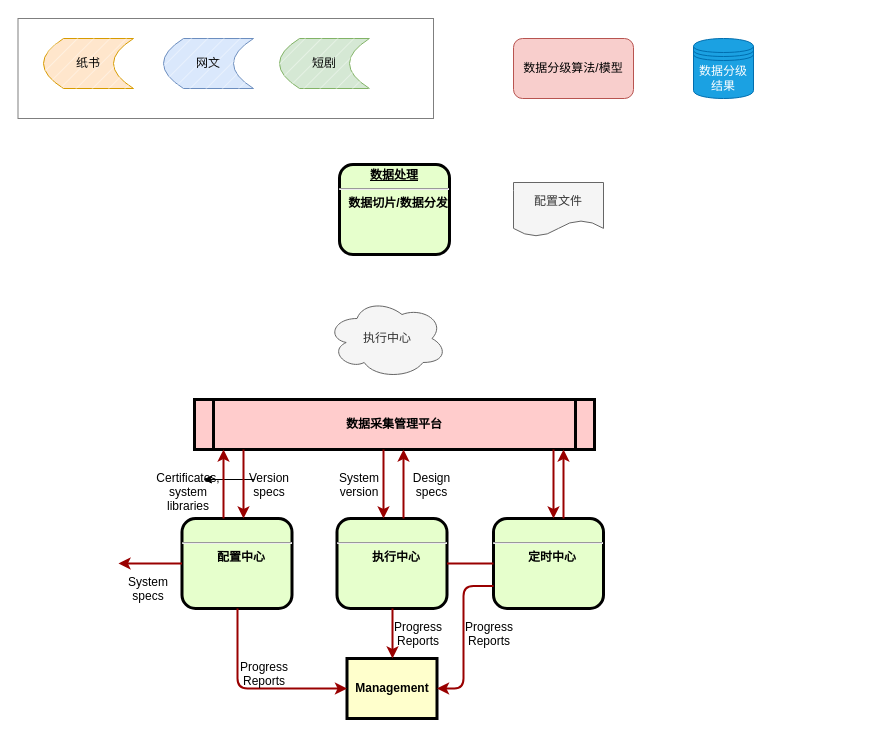
Before: 数据采集方案2.drawio in Luoxun1989/work-graph, a draw.io diagram. Source tidied: cells renumbered, new cells numbered last; positions are measured from the earlier drawing's top-left corner, leaving out a move shared by most shapes. Both pictures are drawn from the tidied source at 100%, with x=0, y=0 at pixel (17, 18).
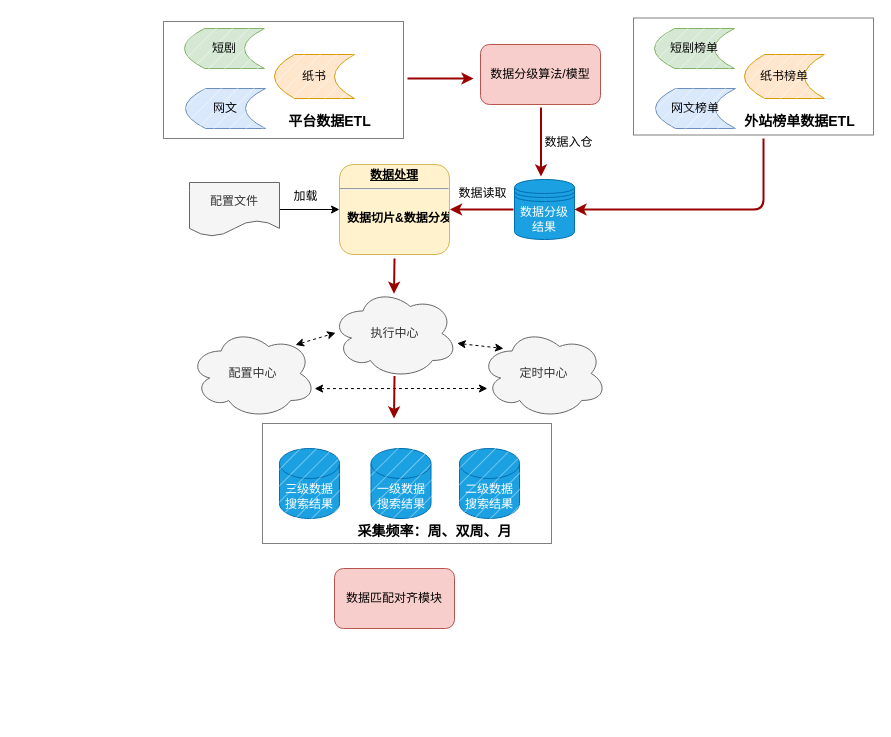
Above is the later version.

Commit message:
更新数据采集方案2.drawio

Change to the diagram source:
```diff
@@
-    <mxCell id="2" value="数据采集管理平台" style="shape=process;whiteSpace=wrap;align=center;verticalAlign=middle;size=0.0475;fontStyle=1;strokeWidth=3;fillColor=#FFCCCC;" parent="1" vertex="1">
-      <mxGeometry x="177" y="381" width="400" height="50" as="geometry" />
-    </mxCell>
-    <mxCell id="3" value="&lt;p style=&quot;margin: 0px; margin-top: 4px; text-align: center; text-decoration: underline;&quot;&gt;&lt;strong&gt;数据处理&lt;br&gt;&lt;/strong&gt;&lt;/p&gt;&lt;hr&gt;&lt;p style=&quot;margin: 0px; margin-left: 8px;&quot;&gt;数据切片/数据分发&lt;/p&gt;" style="verticalAlign=middle;align=center;overflow=fill;fontSize=12;fontFamily=Helvetica;html=1;rounded=1;fontStyle=1;strokeWidth=3;fillColor=#E6FFCC;" parent="1" vertex="1">
+    <mxCell id="3" value="&lt;p style=&quot;margin: 0px; margin-top: 4px; text-align: center; text-decoration: underline;&quot;&gt;&lt;strong&gt;数据处理&lt;br&gt;&lt;/strong&gt;&lt;/p&gt;&lt;hr&gt;&lt;p style=&quot;margin: 0px; margin-left: 8px;&quot;&gt;&lt;br&gt;&lt;/p&gt;&lt;p style=&quot;margin: 0px; margin-left: 8px;&quot;&gt;数据切片&amp;amp;数据分发&lt;/p&gt;" style="verticalAlign=middle;align=center;overflow=fill;fontSize=12;fontFamily=Helvetica;html=1;rounded=1;fontStyle=1;strokeWidth=1;fillColor=#fff2cc;strokeColor=#d6b656;" parent="1" vertex="1">
       <mxGeometry x="322" y="146" width="110" height="90" as="geometry" />
     </mxCell>
-    <mxCell id="4" value="&lt;p style=&quot;margin: 0px; margin-top: 4px; text-align: center; text-decoration: underline;&quot;&gt;&lt;strong&gt;&lt;br&gt;&lt;/strong&gt;&lt;/p&gt;&lt;hr&gt;&lt;p style=&quot;margin: 0px; margin-left: 8px;&quot;&gt;定时中心&lt;/p&gt;" style="verticalAlign=middle;align=center;overflow=fill;fontSize=12;fontFamily=Helvetica;html=1;rounded=1;fontStyle=1;strokeWidth=3;fillColor=#E6FFCC;" parent="1" vertex="1">
-      <mxGeometry x="476" y="500" width="110" height="90" as="geometry" />
-    </mxCell>
-    <mxCell id="5" value="&lt;p style=&quot;margin: 0px; margin-top: 4px; text-align: center; text-decoration: underline;&quot;&gt;&lt;strong&gt;&lt;br&gt;&lt;/strong&gt;&lt;/p&gt;&lt;hr&gt;&lt;p style=&quot;margin: 0px; margin-left: 8px;&quot;&gt;配置中心&lt;/p&gt;" style="verticalAlign=middle;align=center;overflow=fill;fontSize=12;fontFamily=Helvetica;html=1;rounded=1;fontStyle=1;strokeWidth=3;fillColor=#E6FFCC;" parent="1" vertex="1">
-      <mxGeometry x="164.5" y="500" width="110" height="90" as="geometry" />
-    </mxCell>
-    <mxCell id="6" value="Management" style="whiteSpace=wrap;align=center;verticalAlign=middle;fontStyle=1;strokeWidth=3;fillColor=#FFFFCC;" parent="1" vertex="1">
-      <mxGeometry x="329.5" y="640" width="90" height="60" as="geometry" />
-    </mxCell>
-    <mxCell id="7" value="&lt;p style=&quot;margin: 0px; margin-top: 4px; text-align: center; text-decoration: underline;&quot;&gt;&lt;strong&gt;&lt;br&gt;&lt;/strong&gt;&lt;/p&gt;&lt;hr&gt;&lt;p style=&quot;margin: 0px; margin-left: 8px;&quot;&gt;执行中心&lt;/p&gt;" style="verticalAlign=middle;align=center;overflow=fill;fontSize=12;fontFamily=Helvetica;html=1;rounded=1;fontStyle=1;strokeWidth=3;fillColor=#E6FFCC;" parent="1" vertex="1">
-      <mxGeometry x="319.5" y="500" width="110" height="90" as="geometry" />
-    </mxCell>
-    <mxCell id="8" style="endArrow=none;noEdgeStyle=1;strokeColor=#990000;strokeWidth=2;" parent="1" edge="1" source="4" target="7">
-      <mxGeometry relative="1" as="geometry" />
-    </mxCell>
-    <mxCell id="9" style="edgeStyle=elbowEdgeStyle;elbow=horizontal;strokeColor=#990000;strokeWidth=2;" parent="1" edge="1" source="4" target="2">
-      <mxGeometry relative="1" as="geometry">
-        <Array as="points">
-          <mxPoint x="546" y="460" />
-        </Array>
-      </mxGeometry>
-    </mxCell>
-    <mxCell id="10" style="edgeStyle=elbowEdgeStyle;elbow=horizontal;strokeColor=#990000;strokeWidth=2;" parent="1" edge="1" source="2" target="4">
-      <mxGeometry relative="1" as="geometry">
-        <Array as="points">
-          <mxPoint x="536" y="470" />
-        </Array>
-      </mxGeometry>
-    </mxCell>
-    <mxCell id="11" style="edgeStyle=elbowEdgeStyle;elbow=horizontal;exitX=0;exitY=0.75;strokeColor=#990000;strokeWidth=2;" parent="1" edge="1" source="4" target="6">
-      <mxGeometry relative="1" as="geometry">
-        <Array as="points">
-          <mxPoint x="446" y="620" />
-        </Array>
-      </mxGeometry>
-    </mxCell>
-    <mxCell id="12" value="Progress&#10;Reports" style="text;spacingTop=-5;align=center;" parent="1" vertex="1">
-      <mxGeometry x="457" y="600" width="30" height="20" as="geometry" />
-    </mxCell>
-    <mxCell id="13" style="edgeStyle=elbowEdgeStyle;elbow=horizontal;strokeColor=#990000;strokeWidth=2;" parent="1" edge="1" source="7" target="6">
-      <mxGeometry relative="1" as="geometry" />
-    </mxCell>
-    <mxCell id="14" value="Progress&#10;Reports" style="text;spacingTop=-5;align=center;" parent="1" vertex="1">
-      <mxGeometry x="386" y="600" width="30" height="20" as="geometry" />
-    </mxCell>
-    <mxCell id="15" style="edgeStyle=elbowEdgeStyle;elbow=horizontal;strokeColor=#990000;strokeWidth=2;" parent="1" edge="1" source="5" target="6">
+    <mxCell id="15" style="edgeStyle=elbowEdgeStyle;elbow=horizontal;strokeColor=#990000;strokeWidth=2;exitX=1;exitY=0.5;exitDx=0;exitDy=0;" parent="1" edge="1">
       <mxGeometry relative="1" as="geometry">
-        <Array as="points">
-          <mxPoint x="220" y="620" />
-        </Array>
+        <mxPoint x="390" y="60" as="sourcePoint" />
+        <mxPoint x="456" y="60" as="targetPoint" />
       </mxGeometry>
     </mxCell>
-    <mxCell id="16" value="Progress&#10;Reports" style="text;spacingTop=-5;align=center;" parent="1" vertex="1">
-      <mxGeometry x="232" y="640" width="30" height="20" as="geometry" />
-    </mxCell>
-    <mxCell id="17" style="edgeStyle=elbowEdgeStyle;elbow=vertical;strokeColor=#990000;strokeWidth=2;" parent="1" edge="1" source="5">
-      <mxGeometry relative="1" as="geometry">
-        <mxPoint x="101" y="545" as="targetPoint" />
-      </mxGeometry>
-    </mxCell>
-    <mxCell id="18" style="edgeStyle=elbowEdgeStyle;elbow=horizontal;strokeColor=#990000;strokeWidth=2;" parent="1" edge="1" source="2" target="7">
-      <mxGeometry relative="1" as="geometry">
-        <Array as="points">
-          <mxPoint x="366" y="460" />
-        </Array>
-      </mxGeometry>
-    </mxCell>
-    <mxCell id="19" style="edgeStyle=elbowEdgeStyle;elbow=horizontal;strokeColor=#990000;strokeWidth=2;" parent="1" edge="1" source="7" target="2">
-      <mxGeometry relative="1" as="geometry">
-        <Array as="points">
-          <mxPoint x="386" y="460" />
-        </Array>
-      </mxGeometry>
-    </mxCell>
-    <mxCell id="20" style="edgeStyle=orthogonalEdgeStyle;rounded=0;jettySize=auto;html=1;" parent="1" edge="1" source="21" target="22">
-      <mxGeometry relative="1" as="geometry" />
-    </mxCell>
-    <mxCell id="21" value="Version&#10;specs" style="text;spacingTop=-5;align=center;" parent="1" vertex="1">
-      <mxGeometry x="237" y="451" width="30" height="20" as="geometry" />
-    </mxCell>
-    <mxCell id="22" value="Certificates,&#10;system&#10;libraries" style="text;spacingTop=-5;align=center;" parent="1" vertex="1">
-      <mxGeometry x="156" y="451" width="30" height="20" as="geometry" />
-    </mxCell>
-    <mxCell id="23" style="edgeStyle=elbowEdgeStyle;elbow=horizontal;strokeColor=#990000;strokeWidth=2;" parent="1" edge="1" source="2" target="5">
+    <mxCell id="23" style="edgeStyle=elbowEdgeStyle;elbow=horizontal;strokeColor=#990000;strokeWidth=2;entryX=0.502;entryY=0.058;entryDx=0;entryDy=0;entryPerimeter=0;" parent="1" edge="1" target="35">
       <mxGeometry relative="1" as="geometry">
+        <mxPoint x="377" y="240" as="sourcePoint" />
         <Array as="points">
-          <mxPoint x="226" y="460" />
+          <mxPoint x="376.5" y="259" />
         </Array>
       </mxGeometry>
     </mxCell>
-    <mxCell id="24" style="edgeStyle=elbowEdgeStyle;elbow=horizontal;strokeColor=#990000;strokeWidth=2;" parent="1" edge="1" source="5" target="2">
-      <mxGeometry relative="1" as="geometry">
-        <Array as="points">
-          <mxPoint x="206" y="460" />
-        </Array>
-      </mxGeometry>
-    </mxCell>
-    <mxCell id="25" value="System&#10;specs" style="text;spacingTop=-5;align=center;" parent="1" vertex="1">
-      <mxGeometry x="116" y="555" width="30" height="20" as="geometry" />
-    </mxCell>
-    <mxCell id="26" value="Design&#10;specs" style="text;spacingTop=-5;align=center;" parent="1" vertex="1">
-      <mxGeometry x="399.5" y="451" width="30" height="20" as="geometry" />
-    </mxCell>
-    <mxCell id="27" value="System&#10;version" style="text;spacingTop=-5;align=center;" parent="1" vertex="1">
-      <mxGeometry x="327" y="451" width="30" height="20" as="geometry" />
-    </mxCell>
-    <mxCell id="28" value="网文" style="shape=dataStorage;whiteSpace=wrap;html=1;fixedSize=1;fillColor=#dae8fc;strokeColor=#6c8ebf;" parent="1" vertex="1">
-      <mxGeometry x="146" y="20" width="90" height="50" as="geometry" />
+    <mxCell id="28" value="网文" style="shape=dataStorage;whiteSpace=wrap;html=1;fixedSize=1;fillColor=#dae8fc;strokeColor=#6c8ebf;size=20;" parent="1" vertex="1">
+      <mxGeometry x="168" y="70" width="80" height="40" as="geometry" />
     </mxCell>
     <mxCell id="29" value="短剧" style="shape=dataStorage;whiteSpace=wrap;html=1;fixedSize=1;fillColor=#d5e8d4;strokeColor=#82b366;" parent="1" vertex="1">
-      <mxGeometry x="262" y="20" width="90" height="50" as="geometry" />
+      <mxGeometry x="167" y="10" width="80" height="40" as="geometry" />
     </mxCell>
     <mxCell id="30" value="纸书" style="shape=dataStorage;whiteSpace=wrap;html=1;fixedSize=1;fillColor=#ffe6cc;strokeColor=#d79b00;" parent="1" vertex="1">
-      <mxGeometry x="26" y="20" width="90" height="50" as="geometry" />
+      <mxGeometry x="257" y="36" width="80" height="44" as="geometry" />
     </mxCell>
     <mxCell id="31" value="数据分级算法/模型" style="rounded=1;whiteSpace=wrap;html=1;fillColor=#f8cecc;strokeColor=#b85450;" parent="1" vertex="1">
-      <mxGeometry x="496" y="20" width="120" height="60" as="geometry" />
+      <mxGeometry x="463" y="26" width="120" height="60" as="geometry" />
     </mxCell>
     <mxCell id="32" style="rounded=0;whiteSpace=wrap;html=1;fillStyle=hatch;opacity=50;" parent="1" vertex="1">
-      <mxGeometry x="0.5" width="415.5" height="100" as="geometry" />
+      <mxGeometry x="146" y="3" width="240" height="117" as="geometry" />
     </mxCell>
     <mxCell id="33" value="数据分级结果" style="shape=datastore;whiteSpace=wrap;html=1;fillColor=#1ba1e2;fontColor=#ffffff;strokeColor=#006EAF;" parent="1" vertex="1">
-      <mxGeometry x="676" y="20" width="60" height="60" as="geometry" />
+      <mxGeometry x="497" y="161" width="60" height="60" as="geometry" />
     </mxCell>
+    <mxCell id="36" style="edgeStyle=orthogonalEdgeStyle;rounded=0;jettySize=auto;html=1;" parent="1" edge="1" source="34" target="3">
+      <mxGeometry relative="1" as="geometry" />
+    </mxCell>
     <mxCell id="34" value="配置文件" style="shape=document;whiteSpace=wrap;html=1;boundedLbl=1;fillColor=#f5f5f5;fontColor=#333333;strokeColor=#666666;" parent="1" vertex="1">
-      <mxGeometry x="496" y="164" width="90" height="54" as="geometry" />
+      <mxGeometry x="172" y="164" width="90" height="54" as="geometry" />
     </mxCell>
     <mxCell id="35" value="执行中心" style="ellipse;shape=cloud;whiteSpace=wrap;html=1;fillColor=#f5f5f5;fontColor=#333333;strokeColor=#666666;" parent="1" vertex="1">
-      <mxGeometry x="309.5" y="280" width="120" height="80" as="geometry" />
+      <mxGeometry x="313.8" y="270" width="126.5" height="90" as="geometry" />
     </mxCell>
+    <mxCell id="5" value="配置中心" style="ellipse;shape=cloud;whiteSpace=wrap;html=1;fillColor=#f5f5f5;fontColor=#333333;strokeColor=#666666;" parent="1" vertex="1">
+      <mxGeometry x="172" y="310" width="126.5" height="90" as="geometry" />
+    </mxCell>
+    <mxCell id="4" value="定时中心" style="ellipse;shape=cloud;whiteSpace=wrap;html=1;fillColor=#f5f5f5;fontColor=#333333;strokeColor=#666666;" parent="1" vertex="1">
+      <mxGeometry x="463" y="310" width="126.5" height="90" as="geometry" />
+    </mxCell>
+    <mxCell id="37" style="edgeStyle=elbowEdgeStyle;elbow=vertical;strokeColor=#990000;strokeWidth=2;" parent="1" edge="1">
+      <mxGeometry relative="1" as="geometry">
+        <mxPoint x="496" y="191" as="sourcePoint" />
+        <mxPoint x="432.5" y="190.5" as="targetPoint" />
+      </mxGeometry>
+    </mxCell>
+    <mxCell id="38" style="edgeStyle=elbowEdgeStyle;elbow=horizontal;strokeColor=#990000;strokeWidth=2;" parent="1" edge="1">
+      <mxGeometry relative="1" as="geometry">
+        <mxPoint x="523.5" y="89" as="sourcePoint" />
+        <mxPoint x="523.5" y="158" as="targetPoint" />
+        <Array as="points">
+          <mxPoint x="523.5" y="118" />
+        </Array>
+      </mxGeometry>
+    </mxCell>
+    <mxCell id="39" value="&lt;font style=&quot;font-size: 14px;&quot;&gt;平台数据ETL&lt;/font&gt;" style="text;strokeColor=none;fillColor=none;html=1;fontSize=24;fontStyle=1;verticalAlign=middle;align=center;" parent="1" vertex="1">
+      <mxGeometry x="257" y="90" width="109" height="20" as="geometry" />
+    </mxCell>
+    <mxCell id="40" value="&lt;font style=&quot;font-size: 12px; font-weight: normal;&quot;&gt;数据入仓&lt;/font&gt;" style="text;strokeColor=none;fillColor=none;html=1;fontSize=24;fontStyle=1;verticalAlign=middle;align=center;" parent="1" vertex="1">
+      <mxGeometry x="496" y="110" width="109" height="20" as="geometry" />
+    </mxCell>
+    <mxCell id="41" value="&lt;font style=&quot;font-size: 12px; font-weight: normal;&quot;&gt;数据读取&lt;/font&gt;" style="text;strokeColor=none;fillColor=none;html=1;fontSize=24;fontStyle=1;verticalAlign=middle;align=center;" parent="1" vertex="1">
+      <mxGeometry x="410" y="161" width="109" height="20" as="geometry" />
+    </mxCell>
+    <mxCell id="42" value="&lt;font style=&quot;font-size: 12px; font-weight: normal;&quot;&gt;加载&lt;/font&gt;" style="text;strokeColor=none;fillColor=none;html=1;fontSize=24;fontStyle=1;verticalAlign=middle;align=center;" parent="1" vertex="1">
+      <mxGeometry x="233.5" y="164" width="109" height="20" as="geometry" />
+    </mxCell>
+    <mxCell id="43" style="endArrow=classic;startArrow=classic;html=1;rounded=0;exitX=0.838;exitY=0.182;exitDx=0;exitDy=0;exitPerimeter=0;dashed=1;entryX=0.034;entryY=0.493;entryDx=0;entryDy=0;entryPerimeter=0;" parent="1" edge="1" source="5" target="35">
+      <mxGeometry relative="1" as="geometry" />
+    </mxCell>
+    <mxCell id="44" style="endArrow=classic;startArrow=classic;html=1;rounded=0;exitX=0.995;exitY=0.609;exitDx=0;exitDy=0;exitPerimeter=0;dashed=1;" parent="1" edge="1" source="35">
+      <mxGeometry relative="1" as="geometry">
+        <mxPoint x="486" y="330" as="targetPoint" />
+      </mxGeometry>
+    </mxCell>
+    <mxCell id="45" style="endArrow=classic;startArrow=classic;html=1;rounded=0;exitX=0.875;exitY=0.5;exitDx=0;exitDy=0;exitPerimeter=0;entryX=0.097;entryY=0.556;entryDx=0;entryDy=0;entryPerimeter=0;dashed=1;" parent="1" edge="1">
+      <mxGeometry relative="1" as="geometry">
+        <mxPoint x="297.1" y="370.1" as="sourcePoint" />
+        <mxPoint x="469.9" y="370" as="targetPoint" />
+      </mxGeometry>
+    </mxCell>
+    <mxCell id="46" value="网文榜单" style="shape=dataStorage;whiteSpace=wrap;html=1;fixedSize=1;fillColor=#dae8fc;strokeColor=#6c8ebf;size=20;" parent="1" vertex="1">
+      <mxGeometry x="638" y="70" width="80" height="40" as="geometry" />
+    </mxCell>
+    <mxCell id="47" value="短剧榜单" style="shape=dataStorage;whiteSpace=wrap;html=1;fixedSize=1;fillColor=#d5e8d4;strokeColor=#82b366;" parent="1" vertex="1">
+      <mxGeometry x="637" y="10" width="80" height="40" as="geometry" />
+    </mxCell>
+    <mxCell id="48" value="纸书榜单" style="shape=dataStorage;whiteSpace=wrap;html=1;fixedSize=1;fillColor=#ffe6cc;strokeColor=#d79b00;" parent="1" vertex="1">
+      <mxGeometry x="727" y="36" width="80" height="44" as="geometry" />
+    </mxCell>
+    <mxCell id="49" style="rounded=0;whiteSpace=wrap;html=1;fillStyle=hatch;opacity=50;" parent="1" vertex="1">
+      <mxGeometry x="616" y="-0.5" width="240" height="117" as="geometry" />
+    </mxCell>
+    <mxCell id="50" value="&lt;font style=&quot;font-size: 14px;&quot;&gt;外站榜单数据ETL&lt;/font&gt;" style="text;strokeColor=none;fillColor=none;html=1;fontSize=24;fontStyle=1;verticalAlign=middle;align=center;" parent="1" vertex="1">
+      <mxGeometry x="727" y="90" width="109" height="20" as="geometry" />
+    </mxCell>
+    <mxCell id="51" style="edgeStyle=elbowEdgeStyle;elbow=horizontal;strokeColor=#990000;strokeWidth=2;entryX=1;entryY=0.5;entryDx=0;entryDy=0;" parent="1" edge="1" target="33">
+      <mxGeometry relative="1" as="geometry">
+        <mxPoint x="746" y="120" as="sourcePoint" />
+        <Array as="points">
+          <mxPoint x="746" y="149" />
+        </Array>
+      </mxGeometry>
+    </mxCell>
+    <mxCell id="52" value="一级数据搜索结果" style="shape=cylinder3;whiteSpace=wrap;html=1;boundedLbl=1;backgroundOutline=1;size=15;fillColor=#1ba1e2;fontColor=#ffffff;strokeColor=#006EAF;" parent="1" vertex="1">
+      <mxGeometry x="353.5" y="430" width="60" height="70" as="geometry" />
+    </mxCell>
+    <mxCell id="53" value="三级数据搜索结果" style="shape=cylinder3;whiteSpace=wrap;html=1;boundedLbl=1;backgroundOutline=1;size=15;fillColor=#1ba1e2;fontColor=#ffffff;strokeColor=#006EAF;" parent="1" vertex="1">
+      <mxGeometry x="262" y="430" width="60" height="70" as="geometry" />
+    </mxCell>
+    <mxCell id="54" value="二级数据搜索结果" style="shape=cylinder3;whiteSpace=wrap;html=1;boundedLbl=1;backgroundOutline=1;size=15;fillColor=#1ba1e2;fontColor=#ffffff;strokeColor=#006EAF;" parent="1" vertex="1">
+      <mxGeometry x="442" y="430" width="60" height="70" as="geometry" />
+    </mxCell>
+    <mxCell id="55" style="rounded=0;whiteSpace=wrap;html=1;fillStyle=hatch;opacity=50;" parent="1" vertex="1">
+      <mxGeometry x="245" y="405" width="289" height="120" as="geometry" />
+    </mxCell>
+    <mxCell id="56" value="&lt;font style=&quot;font-size: 14px;&quot;&gt;采集频率：周、双周、月&lt;/font&gt;" style="text;strokeColor=none;fillColor=none;html=1;fontSize=24;fontStyle=1;verticalAlign=middle;align=center;" parent="1" vertex="1">
+      <mxGeometry x="322" y="500" width="190" height="20" as="geometry" />
+    </mxCell>
+    <mxCell id="57" style="edgeStyle=elbowEdgeStyle;elbow=horizontal;strokeColor=#990000;strokeWidth=2;" parent="1" edge="1">
+      <mxGeometry relative="1" as="geometry">
+        <mxPoint x="377" y="357.5" as="sourcePoint" />
+        <mxPoint x="376" y="400" as="targetPoint" />
+        <Array as="points">
+          <mxPoint x="376.5" y="376.5" />
+        </Array>
+      </mxGeometry>
+    </mxCell>
+    <mxCell id="58" value="数据匹配对齐模块" style="rounded=1;whiteSpace=wrap;html=1;fillColor=#f8cecc;strokeColor=#b85450;" parent="1" vertex="1">
+      <mxGeometry x="317" y="550" width="120" height="60" as="geometry" />
+    </mxCell>
```
